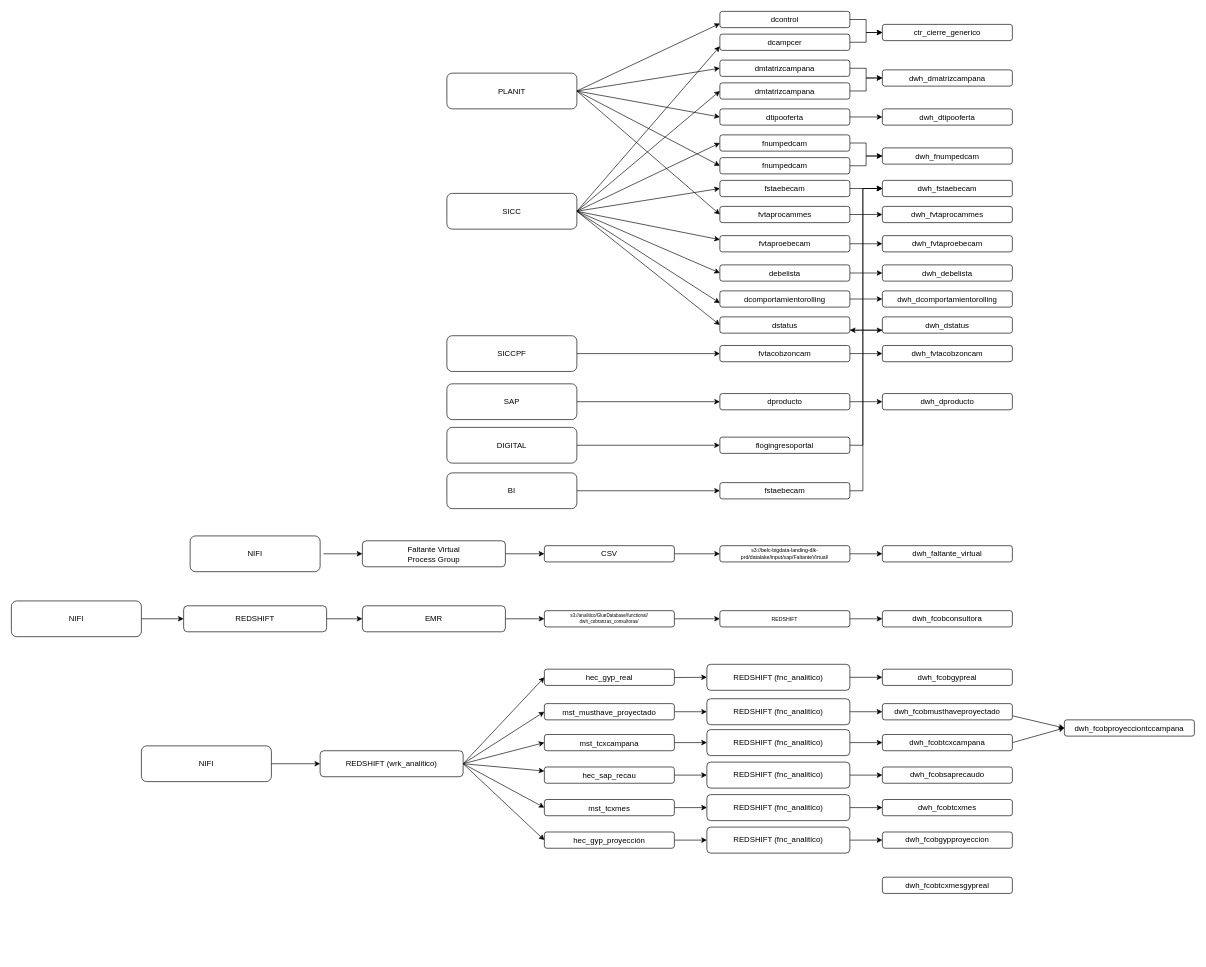
Before: Mapa.drawio in devchapi/Documentacion-DLK, a draw.io diagram. Source tidied: cells renumbered, new cells numbered last; positions are measured from the earlier drawing's top-left corner, leaving out a move shared by most shapes. Both pictures are drawn from the tidied source at 65%, with x=0, y=0 at pixel (11, 11).
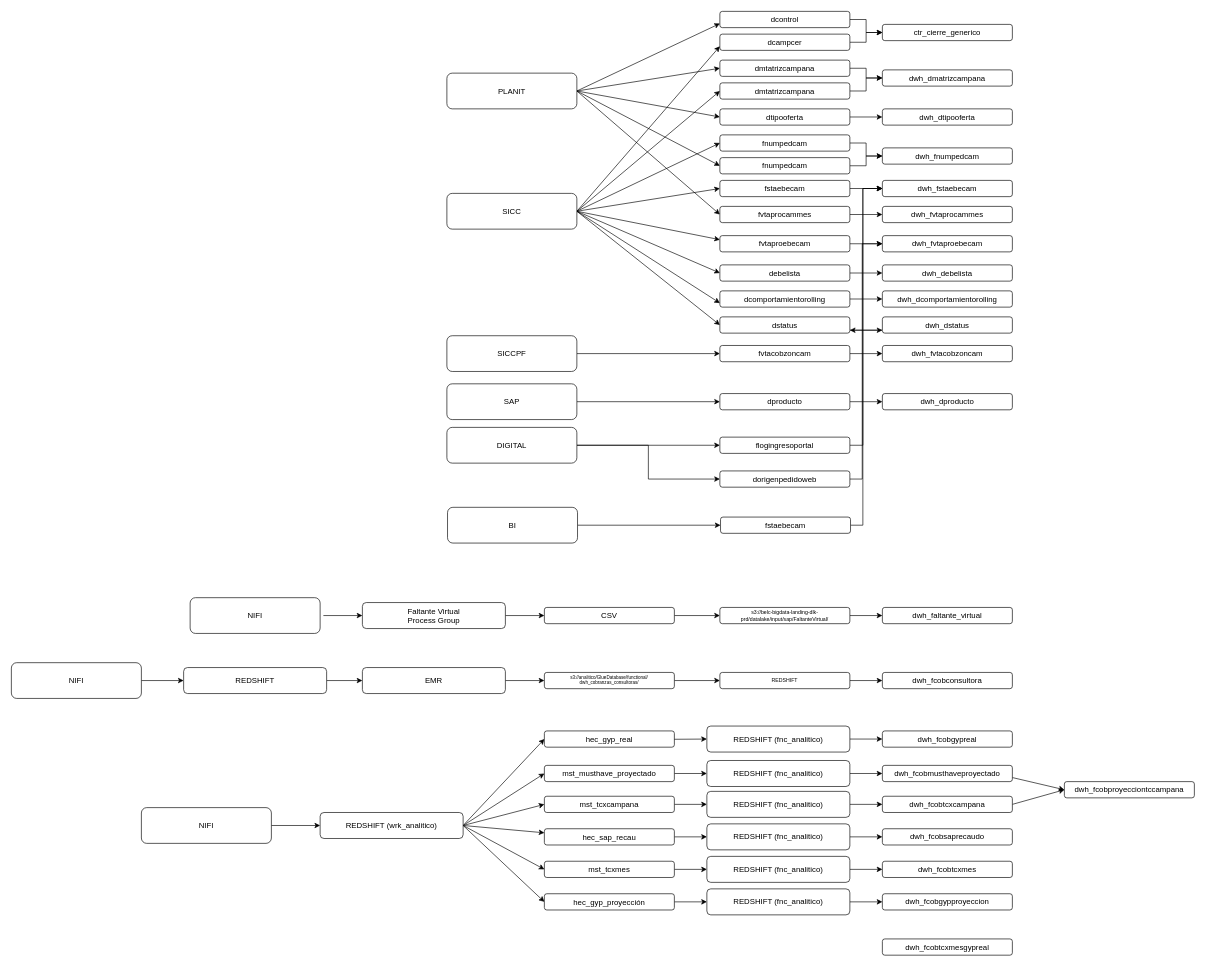
After the change.

Commit message (it also covers changes not shown here):
digital_dorigenpedidoweb added to fvtaproebecam

Unchanged cells that the change refers to:
```xml
<mxCell id="19" value="dwh_fstaebecam" style="rounded=1;whiteSpace=wrap;html=1;" parent="1" vertex="1">
  <mxGeometry x="1340" y="260" width="200" height="25" as="geometry" />
</mxCell>
<mxCell id="21" value="dwh_fvtaproebecam" style="rounded=1;whiteSpace=wrap;html=1;" parent="1" vertex="1">
  <mxGeometry x="1340" y="345" width="200" height="25" as="geometry" />
</mxCell>
<mxCell id="123" value="DIGITAL" style="rounded=1;whiteSpace=wrap;html=1;" parent="1" vertex="1">
  <mxGeometry x="670" y="640" width="200" height="55" as="geometry" />
</mxCell>
```

Diff of the diagram source:
```diff
@@
     <mxCell id="6" value="dwh_faltante_virtual" style="rounded=1;whiteSpace=wrap;html=1;" parent="1" vertex="1">
-      <mxGeometry x="1340" y="822" width="200" height="25" as="geometry" />
+      <mxGeometry x="1340" y="917" width="200" height="25" as="geometry" />
     </mxCell>
     <mxCell id="7" value="dwh_fcobconsultora" style="rounded=1;whiteSpace=wrap;html=1;" parent="1" vertex="1">
-      <mxGeometry x="1340" y="922" width="200" height="25" as="geometry" />
+      <mxGeometry x="1340" y="1017" width="200" height="25" as="geometry" />
     </mxCell>
     <mxCell id="8" value="dwh_fcobgypreal" style="rounded=1;whiteSpace=wrap;html=1;" parent="1" vertex="1">
-      <mxGeometry x="1340" y="1012" width="200" height="25" as="geometry" />
+      <mxGeometry x="1340" y="1107" width="200" height="25" as="geometry" />
     </mxCell>
     <mxCell id="9" value="dwh_fcobgypproyeccion" style="rounded=1;whiteSpace=wrap;html=1;" parent="1" vertex="1">
-      <mxGeometry x="1340" y="1262.5" width="200" height="25" as="geometry" />
+      <mxGeometry x="1340" y="1357.5" width="200" height="25" as="geometry" />
     </mxCell>
@@
     <mxCell id="11" value="dwh_fcobmusthaveproyectado" style="rounded=1;whiteSpace=wrap;html=1;" parent="1" vertex="1">
-      <mxGeometry x="1340" y="1065" width="200" height="25" as="geometry" />
+      <mxGeometry x="1340" y="1160" width="200" height="25" as="geometry" />
     </mxCell>
     <mxCell id="12" value="dwh_fcobproyecciontccampana" style="rounded=1;whiteSpace=wrap;html=1;" parent="1" vertex="1">
-      <mxGeometry x="1620" y="1090" width="200" height="25" as="geometry" />
+      <mxGeometry x="1620" y="1185" width="200" height="25" as="geometry" />
     </mxCell>
     <mxCell id="13" value="dwh_fcobsaprecaudo" style="rounded=1;whiteSpace=wrap;html=1;" parent="1" vertex="1">
-      <mxGeometry x="1340" y="1162.5" width="200" height="25" as="geometry" />
+      <mxGeometry x="1340" y="1257.5" width="200" height="25" as="geometry" />
     </mxCell>
@@
     <mxCell id="15" value="dwh_fcobtcxcampana" style="rounded=1;whiteSpace=wrap;html=1;" parent="1" vertex="1">
-      <mxGeometry x="1340" y="1112.5" width="200" height="25" as="geometry" />
+      <mxGeometry x="1340" y="1207.5" width="200" height="25" as="geometry" />
     </mxCell>
     <mxCell id="16" value="dwh_fcobtcxmes" style="rounded=1;whiteSpace=wrap;html=1;" parent="1" vertex="1">
-      <mxGeometry x="1340" y="1212.5" width="200" height="25" as="geometry" />
+      <mxGeometry x="1340" y="1307.5" width="200" height="25" as="geometry" />
     </mxCell>
     <mxCell id="17" value="dwh_fcobtcxmesgypreal" style="rounded=1;whiteSpace=wrap;html=1;" parent="1" vertex="1">
-      <mxGeometry x="1340" y="1332" width="200" height="25" as="geometry" />
+      <mxGeometry x="1340" y="1427" width="200" height="25" as="geometry" />
     </mxCell>
@@
     <mxCell id="61" style="edgeStyle=none;rounded=0;orthogonalLoop=1;jettySize=auto;html=1;entryX=0;entryY=0.5;entryDx=0;entryDy=0;fontSize=12;" parent="1" edge="1">
       <mxGeometry relative="1" as="geometry">
-        <mxPoint x="480" y="834.5" as="sourcePoint" />
-        <mxPoint x="540" y="834.5" as="targetPoint" />
+        <mxPoint x="480" y="929.5" as="sourcePoint" />
+        <mxPoint x="540" y="929.5" as="targetPoint" />
       </mxGeometry>
     </mxCell>
     <mxCell id="62" value="NIFI" style="rounded=1;whiteSpace=wrap;html=1;" parent="1" vertex="1">
-      <mxGeometry x="275" y="807" width="200" height="55" as="geometry" />
+      <mxGeometry x="275" y="902" width="200" height="55" as="geometry" />
     </mxCell>
@@
     <mxCell id="64" value="s3://belc-bigdata-landing-dlk-prd/datalake/input/sap/FaltanteVirtual/" style="rounded=1;whiteSpace=wrap;html=1;fontSize=8;" parent="1" vertex="1">
-      <mxGeometry x="1090" y="822" width="200" height="25" as="geometry" />
+      <mxGeometry x="1090" y="917" width="200" height="25" as="geometry" />
     </mxCell>
     <mxCell id="65" style="edgeStyle=none;rounded=0;jettySize=auto;html=1;fontSize=12;" parent="1" edge="1" target="68">
       <mxGeometry relative="1" as="geometry">
-        <mxPoint x="760" y="834.5" as="sourcePoint" />
+        <mxPoint x="760" y="929.5" as="sourcePoint" />
       </mxGeometry>
     </mxCell>
     <mxCell id="66" value="&lt;div&gt;Faltante Virtual&lt;/div&gt;&lt;div&gt;Process Group&lt;/div&gt;" style="rounded=1;whiteSpace=wrap;html=1;" parent="1" vertex="1">
-      <mxGeometry x="540" y="814.5" width="220" height="40" as="geometry" />
+      <mxGeometry x="540" y="909.5" width="220" height="40" as="geometry" />
     </mxCell>
@@
     <mxCell id="68" value="CSV" style="rounded=1;whiteSpace=wrap;html=1;fontSize=12;" parent="1" vertex="1">
-      <mxGeometry x="820" y="822" width="200" height="25" as="geometry" />
+      <mxGeometry x="820" y="917" width="200" height="25" as="geometry" />
     </mxCell>
@@
     <mxCell id="71" value="NIFI" style="rounded=1;whiteSpace=wrap;html=1;" parent="1" vertex="1">
-      <mxGeometry y="907" width="200" height="55" as="geometry" />
+      <mxGeometry y="1002" width="200" height="55" as="geometry" />
     </mxCell>
@@
     <mxCell id="73" value="REDSHIFT" style="rounded=1;whiteSpace=wrap;html=1;fontSize=8;" parent="1" vertex="1">
-      <mxGeometry x="1090" y="922" width="200" height="25" as="geometry" />
+      <mxGeometry x="1090" y="1017" width="200" height="25" as="geometry" />
     </mxCell>
@@
     <mxCell id="75" value="EMR" style="rounded=1;whiteSpace=wrap;html=1;" parent="1" vertex="1">
-      <mxGeometry x="540" y="914.5" width="220" height="40" as="geometry" />
+      <mxGeometry x="540" y="1009.5" width="220" height="40" as="geometry" />
     </mxCell>
@@
     <mxCell id="77" value="s3://analitico/GlueDatabase/functional/&#10;dwh_cobranzas_consultoras/" style="rounded=1;fontSize=7;labelBorderColor=none;" parent="1" vertex="1">
-      <mxGeometry x="820" y="922" width="200" height="25" as="geometry" />
+      <mxGeometry x="820" y="1017" width="200" height="25" as="geometry" />
     </mxCell>
     <mxCell id="78" value="REDSHIFT" style="rounded=1;whiteSpace=wrap;html=1;" parent="1" vertex="1">
-      <mxGeometry x="265" y="914.5" width="220" height="40" as="geometry" />
+      <mxGeometry x="265" y="1009.5" width="220" height="40" as="geometry" />
     </mxCell>
@@
     <mxCell id="91" value="NIFI" style="rounded=1;whiteSpace=wrap;html=1;" parent="1" vertex="1">
-      <mxGeometry x="200" y="1130" width="200" height="55" as="geometry" />
+      <mxGeometry x="200" y="1225" width="200" height="55" as="geometry" />
     </mxCell>
     <mxCell id="92" style="edgeStyle=none;rounded=0;orthogonalLoop=1;jettySize=auto;html=1;entryX=0;entryY=0.5;entryDx=0;entryDy=0;fontSize=12;" parent="1" edge="1">
       <mxGeometry relative="1" as="geometry">
-        <mxPoint x="1000" y="1025" as="sourcePoint" />
-        <mxPoint x="1070" y="1024.5" as="targetPoint" />
+        <mxPoint x="1000" y="1120" as="sourcePoint" />
+        <mxPoint x="1070" y="1119.5" as="targetPoint" />
       </mxGeometry>
     </mxCell>
@@
     <mxCell id="98" value="REDSHIFT (wrk_analitico)" style="rounded=1;whiteSpace=wrap;html=1;" parent="1" vertex="1">
-      <mxGeometry x="475" y="1137.5" width="220" height="40" as="geometry" />
+      <mxGeometry x="475" y="1232.5" width="220" height="40" as="geometry" />
     </mxCell>
     <mxCell id="99" value="hec_gyp_real" style="rounded=1;fontSize=12;labelBorderColor=none;" parent="1" vertex="1">
-      <mxGeometry x="820" y="1012" width="200" height="25" as="geometry" />
+      <mxGeometry x="820" y="1107" width="200" height="25" as="geometry" />
     </mxCell>
@@
     <mxCell id="101" value="REDSHIFT (fnc_analitico)" style="rounded=1;whiteSpace=wrap;html=1;" parent="1" vertex="1">
-      <mxGeometry x="1070" y="1004.5" width="220" height="40" as="geometry" />
+      <mxGeometry x="1070" y="1099.5" width="220" height="40" as="geometry" />
     </mxCell>
@@
     <mxCell id="103" value="mst_musthave_proyectado" style="rounded=1;fontSize=12;labelBackgroundColor=none;labelBorderColor=none;" parent="1" vertex="1">
-      <mxGeometry x="820" y="1065" width="200" height="25" as="geometry" />
+      <mxGeometry x="820" y="1160" width="200" height="25" as="geometry" />
     </mxCell>
@@
     <mxCell id="105" value="REDSHIFT (fnc_analitico)" style="rounded=1;whiteSpace=wrap;html=1;" parent="1" vertex="1">
-      <mxGeometry x="1070" y="1057.5" width="220" height="40" as="geometry" />
+      <mxGeometry x="1070" y="1152.5" width="220" height="40" as="geometry" />
     </mxCell>
@@
     <mxCell id="107" value="mst_tcxcampana" style="rounded=1;fontSize=12;labelBackgroundColor=none;labelBorderColor=none;" parent="1" vertex="1">
-      <mxGeometry x="820" y="1112.5" width="200" height="25" as="geometry" />
+      <mxGeometry x="820" y="1207.5" width="200" height="25" as="geometry" />
     </mxCell>
     <mxCell id="108" style="edgeStyle=none;rounded=0;jettySize=auto;html=1;entryX=0;entryY=0.5;entryDx=0;entryDy=0;fontSize=12;" parent="1" edge="1" source="109">
       <mxGeometry relative="1" as="geometry">
-        <mxPoint x="1340" y="1125" as="targetPoint" />
+        <mxPoint x="1340" y="1220" as="targetPoint" />
       </mxGeometry>
     </mxCell>
     <mxCell id="109" value="REDSHIFT (fnc_analitico)" style="rounded=1;whiteSpace=wrap;html=1;" parent="1" vertex="1">
-      <mxGeometry x="1070" y="1105" width="220" height="40" as="geometry" />
+      <mxGeometry x="1070" y="1200" width="220" height="40" as="geometry" />
     </mxCell>
@@
     <mxCell id="111" value="hec_sap_recau" style="rounded=1;fontSize=12;labelBackgroundColor=none;labelBorderColor=none;" parent="1" vertex="1">
-      <mxGeometry x="820" y="1162.5" width="200" height="25" as="geometry" />
+      <mxGeometry x="820" y="1257.5" width="200" height="25" as="geometry" />
     </mxCell>
     <mxCell id="112" style="edgeStyle=none;rounded=0;jettySize=auto;html=1;entryX=0;entryY=0.5;entryDx=0;entryDy=0;fontSize=12;" parent="1" edge="1" source="113">
       <mxGeometry relative="1" as="geometry">
-        <mxPoint x="1340" y="1175" as="targetPoint" />
+        <mxPoint x="1340" y="1270" as="targetPoint" />
       </mxGeometry>
     </mxCell>
     <mxCell id="113" value="REDSHIFT (fnc_analitico)" style="rounded=1;whiteSpace=wrap;html=1;" parent="1" vertex="1">
-      <mxGeometry x="1070" y="1155" width="220" height="40" as="geometry" />
+      <mxGeometry x="1070" y="1250" width="220" height="40" as="geometry" />
     </mxCell>
@@
     <mxCell id="115" value="mst_tcxmes" style="rounded=1;fontSize=12;labelBackgroundColor=none;labelBorderColor=none;" parent="1" vertex="1">
-      <mxGeometry x="820" y="1212.5" width="200" height="25" as="geometry" />
+      <mxGeometry x="820" y="1307.5" width="200" height="25" as="geometry" />
     </mxCell>
     <mxCell id="116" style="edgeStyle=none;rounded=0;jettySize=auto;html=1;entryX=0;entryY=0.5;entryDx=0;entryDy=0;fontSize=12;" parent="1" edge="1" source="117">
       <mxGeometry relative="1" as="geometry">
-        <mxPoint x="1340" y="1225" as="targetPoint" />
+        <mxPoint x="1340" y="1320" as="targetPoint" />
       </mxGeometry>
     </mxCell>
     <mxCell id="117" value="REDSHIFT (fnc_analitico)" style="rounded=1;whiteSpace=wrap;html=1;" parent="1" vertex="1">
-      <mxGeometry x="1070" y="1205" width="220" height="40" as="geometry" />
+      <mxGeometry x="1070" y="1300" width="220" height="40" as="geometry" />
     </mxCell>
@@
     <mxCell id="119" value="hec_gyp_proyección" style="rounded=1;fontSize=12;labelBackgroundColor=none;labelBorderColor=none;" parent="1" vertex="1">
-      <mxGeometry x="820" y="1262.5" width="200" height="25" as="geometry" />
+      <mxGeometry x="820" y="1357.5" width="200" height="25" as="geometry" />
     </mxCell>
     <mxCell id="120" style="edgeStyle=none;rounded=0;jettySize=auto;html=1;entryX=0;entryY=0.5;entryDx=0;entryDy=0;fontSize=12;" parent="1" edge="1" source="121">
       <mxGeometry relative="1" as="geometry">
-        <mxPoint x="1340" y="1275" as="targetPoint" />
+        <mxPoint x="1340" y="1370" as="targetPoint" />
       </mxGeometry>
     </mxCell>
     <mxCell id="121" value="REDSHIFT (fnc_analitico)" style="rounded=1;whiteSpace=wrap;html=1;" parent="1" vertex="1">
-      <mxGeometry x="1070" y="1255" width="220" height="40" as="geometry" />
+      <mxGeometry x="1070" y="1350" width="220" height="40" as="geometry" />
     </mxCell>
@@
+    <mxCell id="135" style="edgeStyle=orthogonalEdgeStyle;rounded=0;jettySize=auto;html=1;entryX=0;entryY=0.5;entryDx=0;entryDy=0;" parent="1" edge="1" source="123" target="137">
+      <mxGeometry relative="1" as="geometry" />
+    </mxCell>
@@
     <mxCell id="127" value="BI" style="rounded=1;whiteSpace=wrap;html=1;" parent="1" vertex="1">
-      <mxGeometry x="670" y="710" width="200" height="55" as="geometry" />
+      <mxGeometry x="671" y="763" width="200" height="55" as="geometry" />
     </mxCell>
     <mxCell id="128" style="edgeStyle=orthogonalEdgeStyle;rounded=0;jettySize=auto;html=1;entryX=0;entryY=0.5;entryDx=0;entryDy=0;" parent="1" edge="1" source="129" target="19">
       <mxGeometry relative="1" as="geometry">
         <Array as="points">
-          <mxPoint x="1310" y="737" />
-          <mxPoint x="1310" y="273" />
+          <mxPoint x="1310" y="790" />
+          <mxPoint x="1310" y="272" />
         </Array>
       </mxGeometry>
     </mxCell>
     <mxCell id="129" value="fstaebecam" style="rounded=1;whiteSpace=wrap;html=1;" parent="1" vertex="1">
-      <mxGeometry x="1090" y="725" width="200" height="25" as="geometry" />
+      <mxGeometry x="1091" y="778" width="200" height="25" as="geometry" />
     </mxCell>
@@
+    <mxCell id="136" style="edgeStyle=orthogonalEdgeStyle;rounded=0;jettySize=auto;html=1;entryX=0;entryY=0.5;entryDx=0;entryDy=0;" parent="1" edge="1" source="137" target="21">
+      <mxGeometry relative="1" as="geometry">
+        <Array as="points">
+          <mxPoint x="1309" y="720" />
+          <mxPoint x="1309" y="358" />
+        </Array>
+      </mxGeometry>
+    </mxCell>
+    <mxCell id="137" value="dorigenpedidoweb" style="rounded=1;whiteSpace=wrap;html=1;" parent="1" vertex="1">
+      <mxGeometry x="1090" y="707" width="200" height="25" as="geometry" />
+    </mxCell>
```
